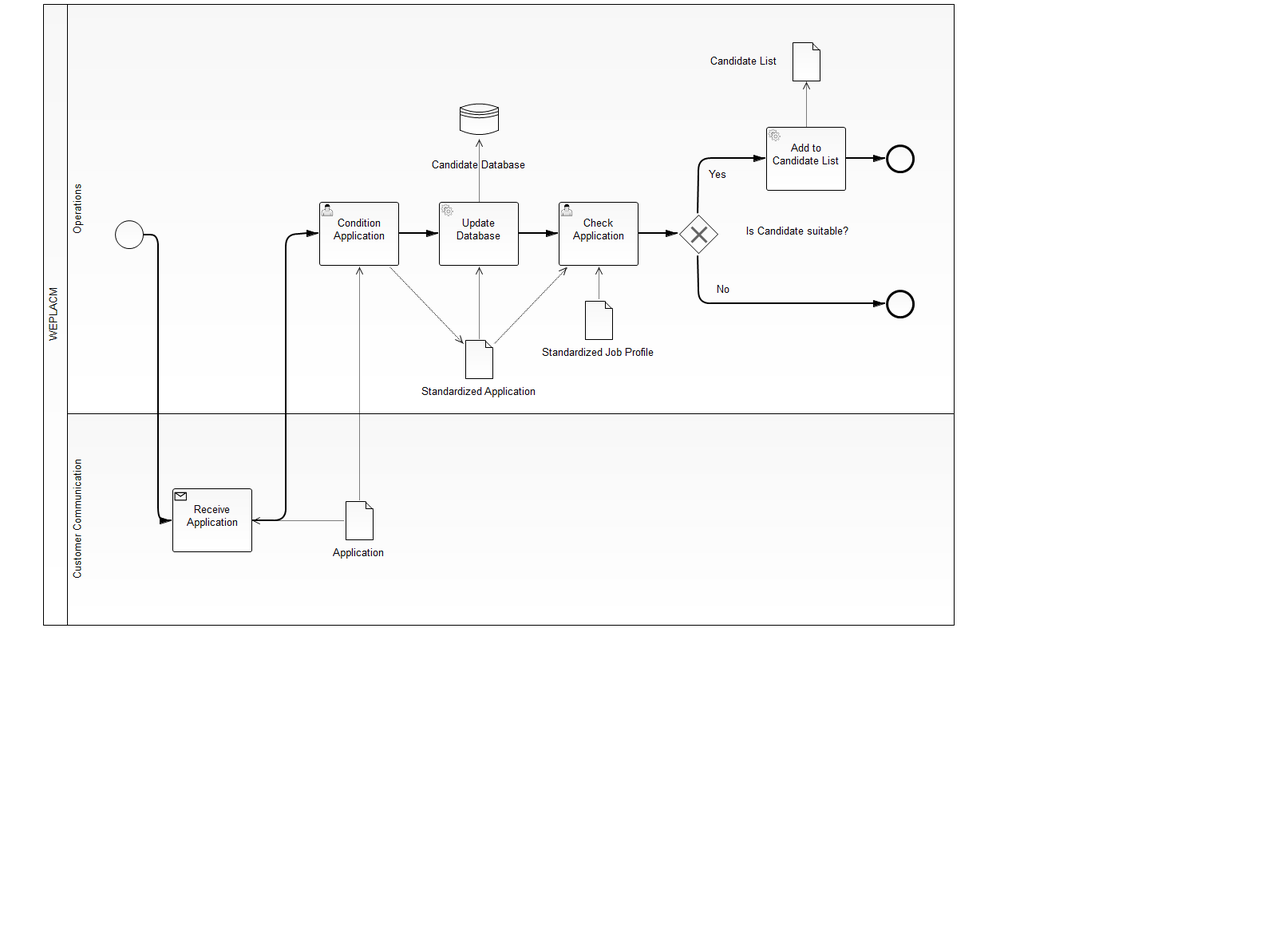
SandraLe/WEPLACM keeps this BPMN diagram as src/main/resources/handle_applications.png. Above is the earlier version. Its source is kept beside it as src/main/resources/handle_applications.bpmn. Ids are renumbered.
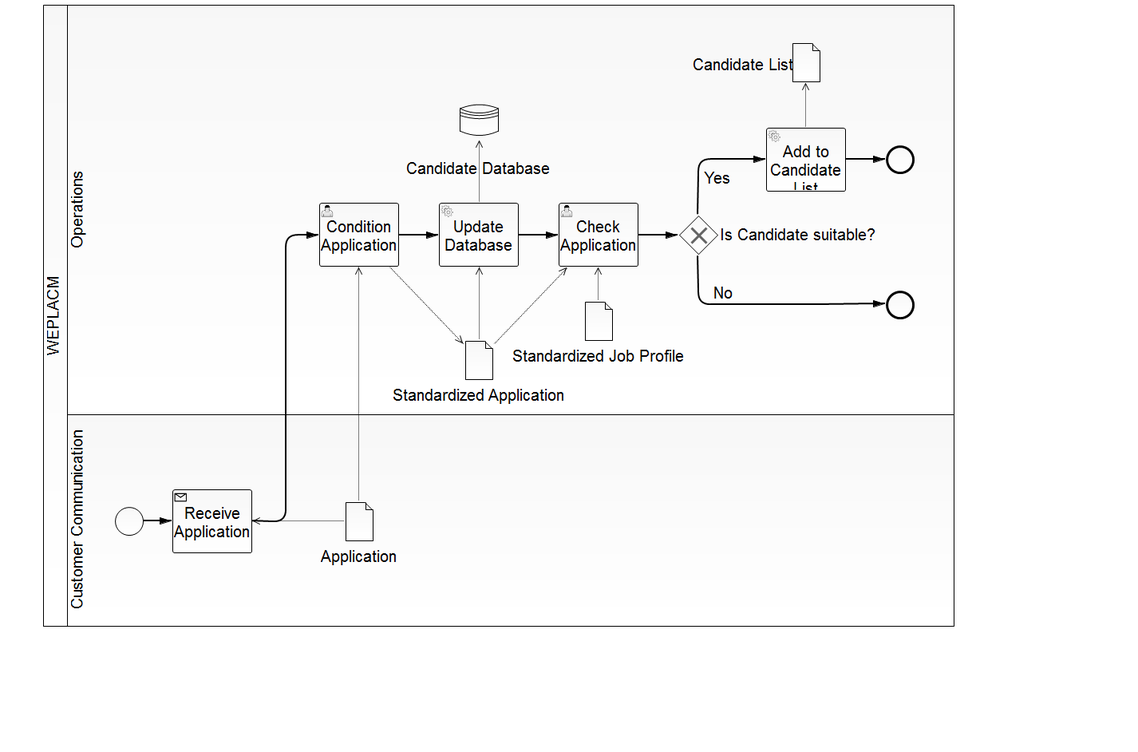
Later version of the same file.

Commit message:
handle applications: IDs changed

What changed in the source:
```diff
@@ -6,117 +6,115 @@
     <bpmn2:ioSpecification id="InputOutputSpecification_1"/>
     <bpmn2:laneSet id="LaneSet_1" name="Lane Set 1">
       <bpmn2:lane id="Operations" name="Operations">
-        <bpmn2:flowNodeRef>StartEvent_1</bpmn2:flowNodeRef>
-        <bpmn2:flowNodeRef>UserTask_1</bpmn2:flowNodeRef>
-        <bpmn2:flowNodeRef>ServiceTask_2</bpmn2:flowNodeRef>
-        <bpmn2:flowNodeRef>UserTask_2</bpmn2:flowNodeRef>
-        <bpmn2:flowNodeRef>ExclusiveGateway_2</bpmn2:flowNodeRef>
+        <bpmn2:flowNodeRef>ConditionApplication</bpmn2:flowNodeRef>
+        <bpmn2:flowNodeRef>UpdateDatabase</bpmn2:flowNodeRef>
+        <bpmn2:flowNodeRef>CheckApplication</bpmn2:flowNodeRef>
+        <bpmn2:flowNodeRef>IsCandidateSuitable</bpmn2:flowNodeRef>
         <bpmn2:flowNodeRef>EndEvent_2</bpmn2:flowNodeRef>
-        <bpmn2:flowNodeRef>ServiceTask_3</bpmn2:flowNodeRef>
+        <bpmn2:flowNodeRef>AddToCandidateList</bpmn2:flowNodeRef>
         <bpmn2:flowNodeRef>EndEvent_1</bpmn2:flowNodeRef>
       </bpmn2:lane>
       <bpmn2:lane id="CustomerCommunication" name="Customer Communication">
-        <bpmn2:flowNodeRef>ReceiveTask_1</bpmn2:flowNodeRef>
+        <bpmn2:flowNodeRef>ReceiveApplication</bpmn2:flowNodeRef>
+        <bpmn2:flowNodeRef>StartEvent_1</bpmn2:flowNodeRef>
       </bpmn2:lane>
     </bpmn2:laneSet>
-    <bpmn2:dataStoreReference id="CandidateDatabaseReference" name="Candidate Database" dataStoreRef="DataStore_1"/>
+    <bpmn2:dataStoreReference id="CandidateDatabase" name="Candidate Database" dataStoreRef="DataStore_1"/>
     <bpmn2:dataObject id="DataObject_2" name="Data Object 2"/>
     <bpmn2:dataObject id="DataObject_3" name="Data Object 3"/>
     <bpmn2:dataObject id="DataObject_4" name="Data Object 4"/>
     <bpmn2:dataObject id="DataObject_5" name="Data Object 5"/>
-    <bpmn2:startEvent id="StartEvent_1">
-      <bpmn2:outgoing>SequenceFlow_1</bpmn2:outgoing>
-    </bpmn2:startEvent>
-    <bpmn2:sequenceFlow id="SequenceFlow_1" name="" sourceRef="StartEvent_1" targetRef="ReceiveTask_1"/>
-    <bpmn2:userTask id="UserTask_1" name="Condition Application">
+    <bpmn2:userTask id="ConditionApplication" name="Condition Application">
       <bpmn2:incoming>SequenceFlow_2</bpmn2:incoming>
       <bpmn2:outgoing>SequenceFlow_3</bpmn2:outgoing>
       <bpmn2:dataInputAssociation id="DataInputAssociation_1">
-        <bpmn2:sourceRef>ApplicationReference</bpmn2:sourceRef>
+        <bpmn2:sourceRef>Application</bpmn2:sourceRef>
       </bpmn2:dataInputAssociation>
       <bpmn2:dataOutputAssociation id="DataOutputAssociation_3">
-        <bpmn2:targetRef>StandardizedApplicationReference</bpmn2:targetRef>
+        <bpmn2:targetRef>StandardizedApplication</bpmn2:targetRef>
       </bpmn2:dataOutputAssociation>
     </bpmn2:userTask>
-    <bpmn2:sequenceFlow id="SequenceFlow_3" sourceRef="UserTask_1" targetRef="ServiceTask_2"/>
-    <bpmn2:serviceTask id="ServiceTask_2" name="Update Database">
+    <bpmn2:sequenceFlow id="SequenceFlow_3" sourceRef="ConditionApplication" targetRef="UpdateDatabase"/>
+    <bpmn2:serviceTask id="UpdateDatabase" name="Update Database">
       <bpmn2:incoming>SequenceFlow_3</bpmn2:incoming>
       <bpmn2:outgoing>SequenceFlow_5</bpmn2:outgoing>
       <bpmn2:dataInputAssociation id="DataInputAssociation_3">
-        <bpmn2:sourceRef>StandardizedApplicationReference</bpmn2:sourceRef>
+        <bpmn2:sourceRef>StandardizedApplication</bpmn2:sourceRef>
       </bpmn2:dataInputAssociation>
       <bpmn2:dataOutputAssociation id="DataOutputAssociation_2">
-        <bpmn2:targetRef>CandidateDatabaseReference</bpmn2:targetRef>
+        <bpmn2:targetRef>CandidateDatabase</bpmn2:targetRef>
       </bpmn2:dataOutputAssociation>
     </bpmn2:serviceTask>
-    <bpmn2:sequenceFlow id="SequenceFlow_5" name="" sourceRef="ServiceTask_2" targetRef="UserTask_2"/>
-    <bpmn2:userTask id="UserTask_2" name="Check Application">
+    <bpmn2:sequenceFlow id="SequenceFlow_5" name="" sourceRef="UpdateDatabase" targetRef="CheckApplication"/>
+    <bpmn2:userTask id="CheckApplication" name="Check Application">
       <bpmn2:incoming>SequenceFlow_5</bpmn2:incoming>
       <bpmn2:outgoing>SequenceFlow_6</bpmn2:outgoing>
       <bpmn2:dataInputAssociation id="DataInputAssociation_4">
-        <bpmn2:sourceRef>StandardizedApplicationReference</bpmn2:sourceRef>
+        <bpmn2:sourceRef>StandardizedApplication</bpmn2:sourceRef>
       </bpmn2:dataInputAssociation>
       <bpmn2:dataInputAssociation id="DataInputAssociation_5">
-        <bpmn2:sourceRef>StandardizedJobProfileReference</bpmn2:sourceRef>
+        <bpmn2:sourceRef>StandardizedJobProfile</bpmn2:sourceRef>
       </bpmn2:dataInputAssociation>
     </bpmn2:userTask>
-    <bpmn2:sequenceFlow id="SequenceFlow_6" name="" sourceRef="UserTask_2" targetRef="ExclusiveGateway_2"/>
-    <bpmn2:exclusiveGateway id="ExclusiveGateway_2" name="Is Candidate suitable?">
+    <bpmn2:sequenceFlow id="SequenceFlow_6" name="" sourceRef="CheckApplication" targetRef="IsCandidateSuitable"/>
+    <bpmn2:exclusiveGateway id="IsCandidateSuitable" name="Is Candidate suitable?">
       <bpmn2:incoming>SequenceFlow_6</bpmn2:incoming>
       <bpmn2:outgoing>SequenceFlow_8</bpmn2:outgoing>
       <bpmn2:outgoing>SequenceFlow_15</bpmn2:outgoing>
     </bpmn2:exclusiveGateway>
-    <bpmn2:sequenceFlow id="SequenceFlow_8" name="Yes" sourceRef="ExclusiveGateway_2" targetRef="ServiceTask_3"/>
-    <bpmn2:sequenceFlow id="SequenceFlow_15" name="No" sourceRef="ExclusiveGateway_2" targetRef="EndEvent_2"/>
+    <bpmn2:sequenceFlow id="SequenceFlow_8" name="Yes" sourceRef="IsCandidateSuitable" targetRef="AddToCandidateList"/>
+    <bpmn2:sequenceFlow id="SequenceFlow_15" name="No" sourceRef="IsCandidateSuitable" targetRef="EndEvent_2"/>
     <bpmn2:endEvent id="EndEvent_2">
       <bpmn2:incoming>SequenceFlow_15</bpmn2:incoming>
     </bpmn2:endEvent>
-    <bpmn2:serviceTask id="ServiceTask_3" name="Add to Candidate List">
+    <bpmn2:serviceTask id="AddToCandidateList" name="Add to Candidate List">
       <bpmn2:incoming>SequenceFlow_8</bpmn2:incoming>
       <bpmn2:outgoing>SequenceFlow_9</bpmn2:outgoing>
       <bpmn2:dataOutputAssociation id="DataOutputAssociation_5">
-        <bpmn2:targetRef>CandidateListReference</bpmn2:targetRef>
+        <bpmn2:targetRef>CandidateList</bpmn2:targetRef>
       </bpmn2:dataOutputAssociation>
     </bpmn2:serviceTask>
-    <bpmn2:sequenceFlow id="SequenceFlow_9" name="" sourceRef="ServiceTask_3" targetRef="EndEvent_1"/>
+    <bpmn2:sequenceFlow id="SequenceFlow_9" name="" sourceRef="AddToCandidateList" targetRef="EndEvent_1"/>
     <bpmn2:endEvent id="EndEvent_1">
       <bpmn2:incoming>SequenceFlow_9</bpmn2:incoming>
     </bpmn2:endEvent>
-    <bpmn2:receiveTask id="ReceiveTask_1" name="Receive Application">
+    <bpmn2:receiveTask id="ReceiveApplication" name="Receive Application">
       <bpmn2:incoming>SequenceFlow_1</bpmn2:incoming>
       <bpmn2:outgoing>SequenceFlow_2</bpmn2:outgoing>
       <bpmn2:dataInputAssociation id="DataInputAssociation_2">
-        <bpmn2:sourceRef>ApplicationReference</bpmn2:sourceRef>
+        <bpmn2:sourceRef>Application</bpmn2:sourceRef>
       </bpmn2:dataInputAssociation>
     </bpmn2:receiveTask>
-    <bpmn2:sequenceFlow id="SequenceFlow_2" name="" sourceRef="ReceiveTask_1" targetRef="UserTask_1"/>
-    <bpmn2:dataObjectReference id="ApplicationReference" name="Application" dataObjectRef="DataObject_2"/>
-    <bpmn2:dataObjectReference id="StandardizedJobProfileReference" name="Standardized Job Profile" dataObjectRef="DataObject_4"/>
-    <bpmn2:dataObjectReference id="StandardizedApplicationReference" name="Standardized Application" dataObjectRef="DataObject_3"/>
-    <bpmn2:dataObjectReference id="CandidateListReference" name="Candidate List" dataObjectRef="DataObject_5"/>
+    <bpmn2:sequenceFlow id="SequenceFlow_2" name="" sourceRef="ReceiveApplication" targetRef="ConditionApplication"/>
+    <bpmn2:dataObjectReference id="Application" name="Application" dataObjectRef="DataObject_2"/>
+    <bpmn2:dataObjectReference id="StandardizedJobProfile" name="Standardized Job Profile" dataObjectRef="DataObject_4"/>
+    <bpmn2:dataObjectReference id="StandardizedApplication" name="Standardized Application" dataObjectRef="DataObject_3"/>
+    <bpmn2:dataObjectReference id="CandidateList" name="Candidate List" dataObjectRef="DataObject_5"/>
+    <bpmn2:startEvent id="StartEvent_1">
+      <bpmn2:outgoing>SequenceFlow_1</bpmn2:outgoing>
+    </bpmn2:startEvent>
+    <bpmn2:sequenceFlow id="SequenceFlow_1" name="" sourceRef="StartEvent_1" targetRef="ReceiveApplication"/>
   </bpmn2:process>
   <bpmn2:dataStore id="DataStore_1" name="Data Store 1"/>
   <bpmndi:BPMNDiagram id="BPMNDiagram_1">
     <bpmndi:BPMNPlane id="BPMNPlane_1" bpmnElement="_Collaboration_5">
       <bpmndi:BPMNShape id="_BPMNShape_StartEvent_13" bpmnElement="StartEvent_1">
-        <dc:Bounds height="36.0" width="36.0" x="144.0" y="271.0"/>
+        <dc:Bounds height="36.0" width="36.0" x="144.0" y="629.0"/>
         <bpmndi:BPMNLabel>
-          <dc:Bounds height="0.0" width="0.0" x="162.0" y="312.0"/>
+          <dc:Bounds height="0.0" width="0.0" x="162.0" y="670.0"/>
         </bpmndi:BPMNLabel>
       </bpmndi:BPMNShape>
-      <bpmndi:BPMNShape id="_BPMNShape_ReceiveTask_9" bpmnElement="ReceiveTask_1">
+      <bpmndi:BPMNShape id="_BPMNShape_ReceiveTask_9" bpmnElement="ReceiveApplication">
         <dc:Bounds height="80.0" width="100.0" x="216.0" y="607.0"/>
       </bpmndi:BPMNShape>
       <bpmndi:BPMNEdge id="BPMNEdge_SequenceFlow_1" bpmnElement="SequenceFlow_1" sourceElement="_BPMNShape_StartEvent_13" targetElement="_BPMNShape_ReceiveTask_9">
-        <di:waypoint xsi:type="dc:Point" x="180.0" y="289.0"/>
-        <di:waypoint xsi:type="dc:Point" x="198.0" y="289.0"/>
-        <di:waypoint xsi:type="dc:Point" x="198.0" y="647.0"/>
+        <di:waypoint xsi:type="dc:Point" x="180.0" y="647.0"/>
         <di:waypoint xsi:type="dc:Point" x="216.0" y="647.0"/>
         <bpmndi:BPMNLabel>
-          <dc:Bounds height="6.0" width="6.0" x="195.0" y="309.0"/>
+          <dc:Bounds height="6.0" width="6.0" x="195.0" y="647.0"/>
         </bpmndi:BPMNLabel>
       </bpmndi:BPMNEdge>
-      <bpmndi:BPMNShape id="_BPMNShape_UserTask_15" bpmnElement="UserTask_1">
+      <bpmndi:BPMNShape id="_BPMNShape_UserTask_15" bpmnElement="ConditionApplication">
         <dc:Bounds height="80.0" width="100.0" x="400.0" y="248.0"/>
       </bpmndi:BPMNShape>
       <bpmndi:BPMNEdge id="BPMNEdge_SequenceFlow_2" bpmnElement="SequenceFlow_2" sourceElement="_BPMNShape_ReceiveTask_9" targetElement="_BPMNShape_UserTask_15">
@@ -128,7 +126,7 @@
           <dc:Bounds height="6.0" width="6.0" x="338.0" y="647.0"/>
         </bpmndi:BPMNLabel>
       </bpmndi:BPMNEdge>
-      <bpmndi:BPMNShape id="_BPMNShape_ServiceTask_4" bpmnElement="ServiceTask_2">
+      <bpmndi:BPMNShape id="_BPMNShape_ServiceTask_4" bpmnElement="UpdateDatabase">
         <dc:Bounds height="80.0" width="100.0" x="550.0" y="248.0"/>
       </bpmndi:BPMNShape>
       <bpmndi:BPMNEdge id="BPMNEdge_SequenceFlow_3" bpmnElement="SequenceFlow_3" sourceElement="_BPMNShape_UserTask_15" targetElement="_BPMNShape_ServiceTask_4">
@@ -138,7 +136,7 @@
           <dc:Bounds height="0.0" width="0.0" x="525.0" y="288.0"/>
         </bpmndi:BPMNLabel>
       </bpmndi:BPMNEdge>
-      <bpmndi:BPMNShape id="_BPMNShape_UserTask_16" bpmnElement="UserTask_2">
+      <bpmndi:BPMNShape id="_BPMNShape_UserTask_16" bpmnElement="CheckApplication">
         <dc:Bounds height="80.0" width="100.0" x="700.0" y="248.0"/>
       </bpmndi:BPMNShape>
       <bpmndi:BPMNEdge id="BPMNEdge_SequenceFlow_5" bpmnElement="SequenceFlow_5" sourceElement="_BPMNShape_ServiceTask_4" targetElement="_BPMNShape_UserTask_16">
@@ -148,7 +146,7 @@
           <dc:Bounds height="6.0" width="6.0" x="672.0" y="288.0"/>
         </bpmndi:BPMNLabel>
       </bpmndi:BPMNEdge>
-      <bpmndi:BPMNShape id="_BPMNShape_ExclusiveGateway_7" bpmnElement="ExclusiveGateway_2" isMarkerVisible="true">
+      <bpmndi:BPMNShape id="_BPMNShape_ExclusiveGateway_7" bpmnElement="IsCandidateSuitable" isMarkerVisible="true">
         <dc:Bounds height="50.0" width="50.0" x="850.0" y="263.0"/>
         <bpmndi:BPMNLabel>
           <dc:Bounds height="22.0" width="134.0" x="933.0" y="274.0"/>
@@ -161,7 +159,7 @@
           <dc:Bounds height="6.0" width="6.0" x="822.0" y="288.0"/>
         </bpmndi:BPMNLabel>
       </bpmndi:BPMNEdge>
-      <bpmndi:BPMNShape id="_BPMNShape_ServiceTask_5" bpmnElement="ServiceTask_3">
+      <bpmndi:BPMNShape id="_BPMNShape_ServiceTask_5" bpmnElement="AddToCandidateList">
         <dc:Bounds height="80.0" width="100.0" x="960.0" y="154.0"/>
       </bpmndi:BPMNShape>
       <bpmndi:BPMNEdge id="BPMNEdge_SequenceFlow_8" bpmnElement="SequenceFlow_8" sourceElement="_BPMNShape_ExclusiveGateway_7" targetElement="_BPMNShape_ServiceTask_5">
@@ -200,7 +198,7 @@
           <dc:Bounds height="22.0" width="22.0" x="896.0" y="347.0"/>
         </bpmndi:BPMNLabel>
       </bpmndi:BPMNEdge>
-      <bpmndi:BPMNShape id="_BPMNShape_DataStoreReference_7" bpmnElement="CandidateDatabaseReference">
+      <bpmndi:BPMNShape id="_BPMNShape_DataStoreReference_7" bpmnElement="CandidateDatabase">
         <dc:Bounds height="50.0" width="50.0" x="575.0" y="119.0"/>
         <bpmndi:BPMNLabel>
           <dc:Bounds height="22.0" width="123.0" x="539.0" y="191.0"/>
@@ -210,7 +208,7 @@
         <di:waypoint xsi:type="dc:Point" x="600.0" y="248.0"/>
         <di:waypoint xsi:type="dc:Point" x="600.0" y="169.0"/>
       </bpmndi:BPMNEdge>
-      <bpmndi:BPMNShape id="_BPMNShape_DataObjectReference_9" bpmnElement="ApplicationReference">
+      <bpmndi:BPMNShape id="_BPMNShape_DataObjectReference_9" bpmnElement="Application">
         <dc:Bounds height="50.0" width="36.0" x="432.0" y="622.0"/>
         <bpmndi:BPMNLabel>
           <dc:Bounds height="22.0" width="70.0" x="415.0" y="677.0"/>
@@ -224,7 +222,7 @@
         <di:waypoint xsi:type="dc:Point" x="432.0" y="647.0"/>
         <di:waypoint xsi:type="dc:Point" x="316.0" y="647.0"/>
       </bpmndi:BPMNEdge>
-      <bpmndi:BPMNShape id="_BPMNShape_DataObjectReference_10" bpmnElement="StandardizedApplicationReference">
+      <bpmndi:BPMNShape id="_BPMNShape_DataObjectReference_10" bpmnElement="StandardizedApplication">
         <dc:Bounds height="50.0" width="36.0" x="582.0" y="420.0"/>
         <bpmndi:BPMNLabel>
           <dc:Bounds height="22.0" width="150.0" x="525.0" y="475.0"/>
@@ -242,7 +240,7 @@
         <di:waypoint xsi:type="dc:Point" x="618.0" y="426.0"/>
         <di:waypoint xsi:type="dc:Point" x="712.0" y="328.0"/>
       </bpmndi:BPMNEdge>
-      <bpmndi:BPMNShape id="_BPMNShape_DataObjectReference_11" bpmnElement="StandardizedJobProfileReference">
+      <bpmndi:BPMNShape id="_BPMNShape_DataObjectReference_11" bpmnElement="StandardizedJobProfile">
         <dc:Bounds height="50.0" width="36.0" x="732.0" y="371.0"/>
         <bpmndi:BPMNLabel>
           <dc:Bounds height="22.0" width="146.0" x="677.0" y="426.0"/>
@@ -252,7 +250,7 @@
         <di:waypoint xsi:type="dc:Point" x="750.0" y="371.0"/>
         <di:waypoint xsi:type="dc:Point" x="750.0" y="328.0"/>
       </bpmndi:BPMNEdge>
-      <bpmndi:BPMNShape id="_BPMNShape_DataObjectReference_12" bpmnElement="CandidateListReference">
+      <bpmndi:BPMNShape id="_BPMNShape_DataObjectReference_12" bpmnElement="CandidateList">
         <dc:Bounds height="50.0" width="36.0" x="992.0" y="47.0"/>
         <bpmndi:BPMNLabel>
           <dc:Bounds height="22.0" width="89.0" x="888.0" y="61.0"/>
```
